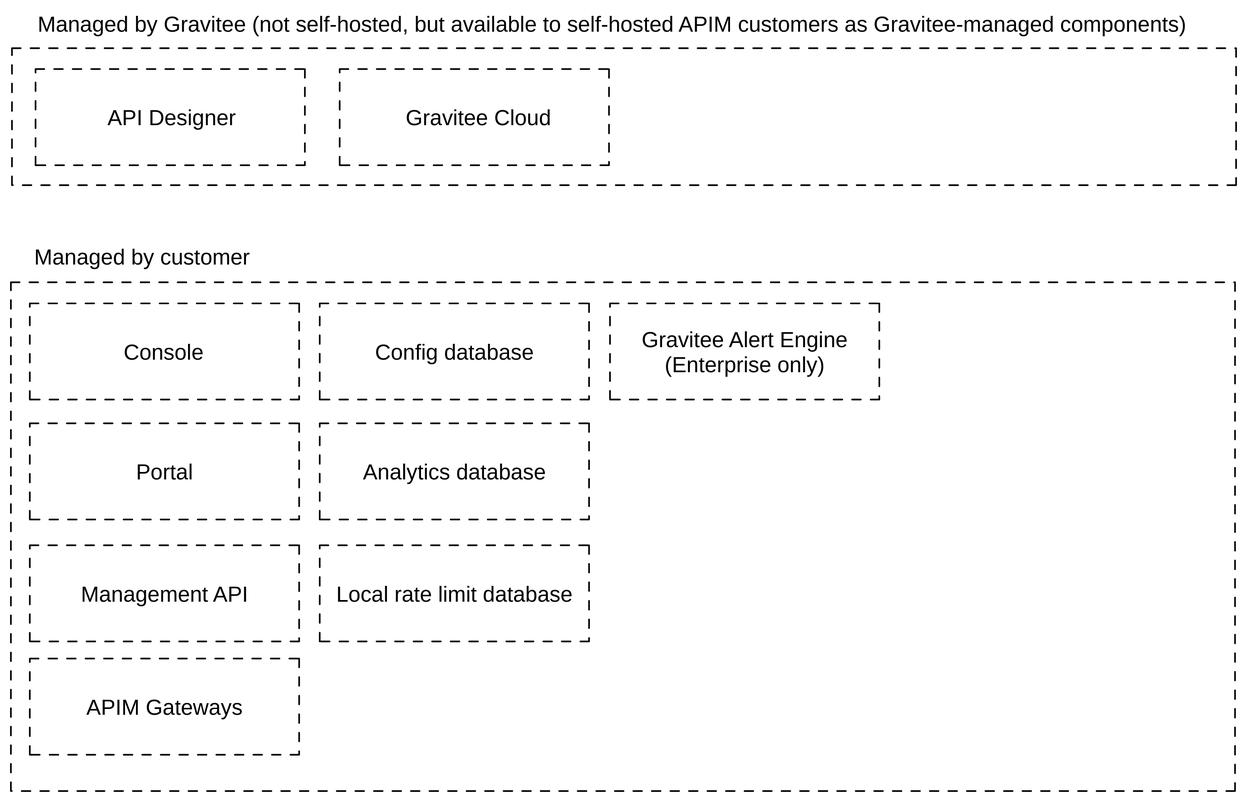
The Excalidraw diagram docs/apim/.gitbook/assets/file.excalidraw.svg in gravitee-io/gravitee-platform-docs, before a commit. Source tidied: one line per element, renumbered; positions are measured from the earlier drawing's top-left corner, leaving out a move shared by most shapes.
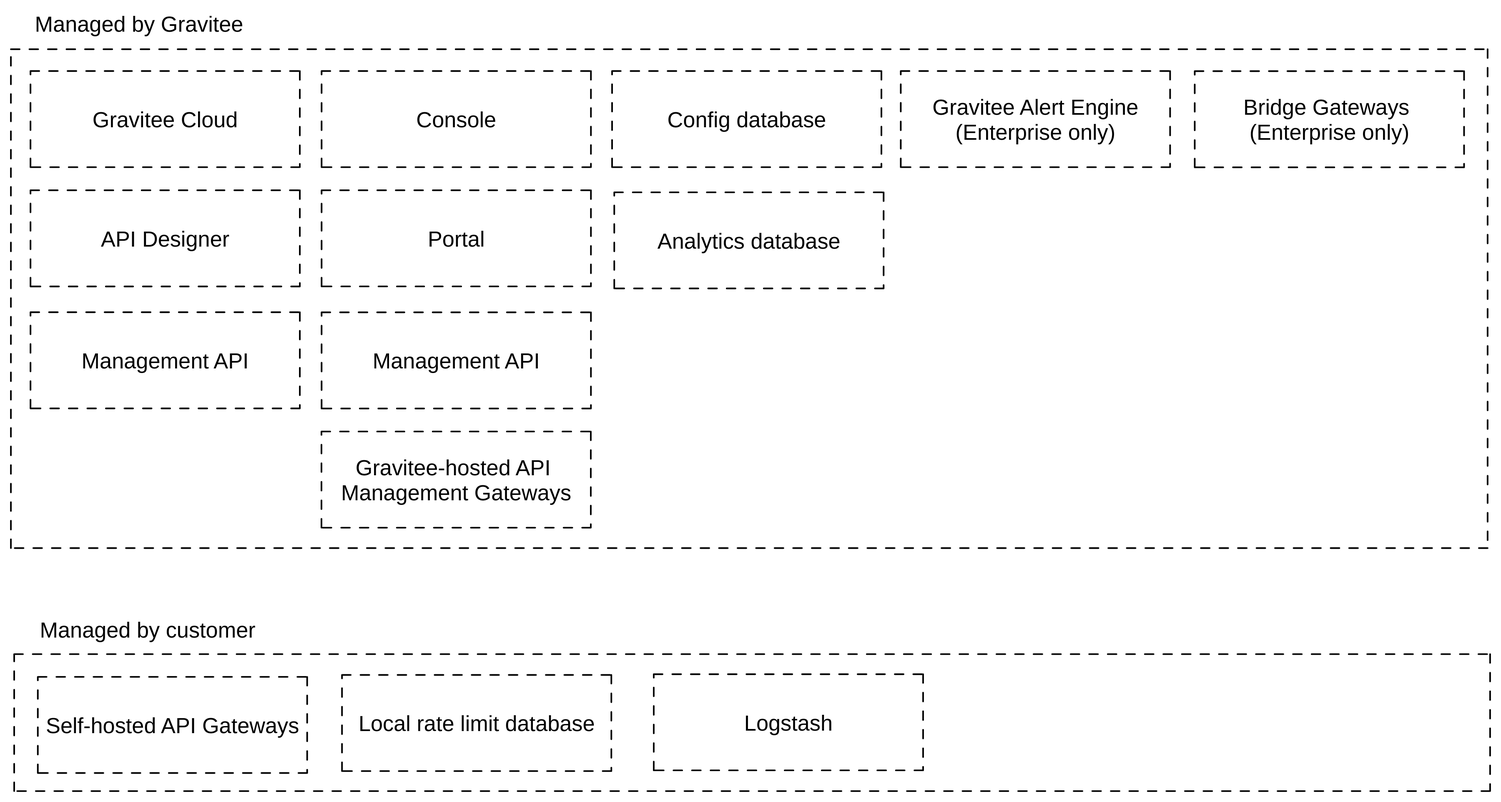
Above is the later version.

The edit, as a diff of the source:
```diff
@@ -1,24 +1,32 @@
-{"id": 0, "type": "rectangle", "strokeColor": "#000000", "strokeWidth": 1, "strokeStyle": "dashed", "roughness": 0, "x": 1, "y": 34, "width": 1123, "height": 126}
-{"id": 1, "type": "rectangle", "strokeColor": "#000000", "strokeWidth": 1, "strokeStyle": "dashed", "roughness": 0, "x": 0, "y": 249, "width": 1123, "height": 466}
-{"id": 2, "type": "text", "text": "Managed by Gravitee (not self-hosted, but available to self-hosted APIM customers as Gravitee-managed components)", "strokeColor": "#000000", "strokeWidth": 1, "strokeStyle": "dashed", "roughness": 1, "fontSize": 20, "fontFamily": 2, "x": 24, "y": 0, "width": 1056, "height": 23}
+{"id": 24, "type": "rectangle", "strokeColor": "#000000", "strokeWidth": 1, "strokeStyle": "dashed", "roughness": 0, "x": 22, "y": 12, "width": 1354, "height": 126}
+{"id": 25, "type": "rectangle", "strokeColor": "#000000", "strokeWidth": 1, "strokeStyle": "dashed", "roughness": 0, "x": 19, "y": -542, "width": 1355, "height": 457}
-{"id": 3, "type": "text", "text": "Managed by customer", "strokeColor": "#000000", "strokeWidth": 1, "strokeStyle": "dashed", "roughness": 1, "fontSize": 20, "fontFamily": 2, "x": 21, "y": 213, "width": 200, "height": 23}
+{"id": 3, "type": "text", "text": "Managed by customer", "strokeColor": "#000000", "strokeWidth": 1, "strokeStyle": "dashed", "roughness": 1, "fontSize": 20, "fontFamily": 2, "x": 46, "y": -22, "width": 200, "height": 23}
-{"id": 4, "type": "rectangle", "strokeColor": "#000000", "strokeWidth": 1, "strokeStyle": "dashed", "roughness": 0, "x": 23, "y": 53, "width": 247, "height": 88}
-{"id": 5, "type": "rectangle", "strokeColor": "#000000", "strokeWidth": 1, "strokeStyle": "dashed", "roughness": 0, "x": 17, "y": 268, "width": 247, "height": 88}
-{"id": 6, "type": "rectangle", "strokeColor": "#000000", "strokeWidth": 1, "strokeStyle": "dashed", "roughness": 0, "x": 283, "y": 268, "width": 247, "height": 88}
-{"id": 7, "type": "rectangle", "strokeColor": "#000000", "strokeWidth": 1, "strokeStyle": "dashed", "roughness": 0, "x": 550, "y": 268, "width": 247, "height": 88}
+{"id": 26, "type": "text", "text": "Managed by Gravitee", "strokeColor": "#000000", "strokeWidth": 1, "strokeStyle": "dashed", "roughness": 1, "fontSize": 20, "fontFamily": 2, "x": 41, "y": -578, "width": 193, "height": 23}
+{"id": 27, "type": "rectangle", "strokeColor": "#000000", "strokeWidth": 1, "strokeStyle": "dashed", "roughness": 0, "x": 44, "y": 33, "width": 247, "height": 88}
+{"id": 28, "type": "text", "text": "Self-hosted API Gateways", "strokeColor": "#000000", "strokeWidth": 1, "roughness": 1, "fontSize": 20, "fontFamily": 2, "textAlign": "center", "verticalAlign": "middle", "inside": 27, "x": 51, "y": 65, "width": 234, "height": 23}
+{"id": 29, "type": "rectangle", "strokeColor": "#000000", "strokeWidth": 1, "strokeStyle": "dashed", "roughness": 0, "x": 37, "y": -522, "width": 247, "height": 88}
+{"id": 23, "type": "text", "text": "Gravitee Cloud", "strokeColor": "#000000", "strokeWidth": 1, "roughness": 1, "fontSize": 20, "fontFamily": 2, "textAlign": "center", "verticalAlign": "middle", "inside": 29, "x": 93, "y": -490, "width": 135, "height": 23}
+{"id": 30, "type": "rectangle", "strokeColor": "#000000", "strokeWidth": 1, "strokeStyle": "dashed", "roughness": 0, "x": 304, "y": -522, "width": 247, "height": 88}
+{"id": 31, "type": "rectangle", "strokeColor": "#000000", "strokeWidth": 1, "strokeStyle": "dashed", "roughness": 0, "x": 571, "y": -522, "width": 247, "height": 88}
+{"id": 32, "type": "rectangle", "strokeColor": "#000000", "strokeWidth": 1, "strokeStyle": "dashed", "roughness": 0, "x": 573, "y": -411, "width": 247, "height": 88}
+{"id": 33, "type": "rectangle", "strokeColor": "#000000", "strokeWidth": 1, "strokeStyle": "dashed", "roughness": 0, "x": 836, "y": -522, "width": 247, "height": 88}
+{"id": 34, "type": "rectangle", "strokeColor": "#000000", "strokeWidth": 1, "strokeStyle": "dashed", "roughness": 0, "x": 1105, "y": -522, "width": 247, "height": 88}
+{"id": 22, "type": "text", "text": "Console", "strokeColor": "#000000", "strokeWidth": 1, "strokeStyle": "dashed", "roughness": 1, "fontSize": 20, "fontFamily": 2, "textAlign": "center", "verticalAlign": "middle", "inside": 30, "x": 390, "y": -490, "width": 75, "height": 23}
-{"id": 8, "type": "text", "text": "Config database", "strokeColor": "#000000", "strokeWidth": 1, "strokeStyle": "dashed", "roughness": 1, "fontSize": 20, "fontFamily": 2, "textAlign": "center", "verticalAlign": "middle", "inside": 6, "x": 333, "y": 301, "width": 148, "height": 23}
+{"id": 8, "type": "text", "text": "Config database", "strokeColor": "#000000", "strokeWidth": 1, "strokeStyle": "dashed", "roughness": 1, "fontSize": 20, "fontFamily": 2, "textAlign": "center", "verticalAlign": "middle", "inside": 31, "x": 620, "y": -490, "width": 148, "height": 23}
+{"id": 11, "type": "text", "text": "Analytics database", "strokeColor": "#000000", "strokeWidth": 1, "strokeStyle": "dashed", "roughness": 1, "fontSize": 20, "fontFamily": 2, "textAlign": "center", "verticalAlign": "middle", "inside": 32, "x": 611, "y": -379, "width": 170, "height": 23}
-{"id": 9, "type": "text", "text": "Gravitee Alert Engine\n(Enterprise only)", "strokeColor": "#000000", "strokeWidth": 1, "strokeStyle": "dashed", "roughness": 1, "fontSize": 20, "fontFamily": 2, "textAlign": "center", "verticalAlign": "middle", "inside": 7, "x": 578, "y": 289, "width": 190, "height": 46}
+{"id": 9, "type": "text", "text": "Gravitee Alert Engine\n(Enterprise only)", "strokeColor": "#000000", "strokeWidth": 1, "strokeStyle": "dashed", "roughness": 1, "fontSize": 20, "fontFamily": 2, "textAlign": "center", "verticalAlign": "middle", "inside": 33, "x": 864, "y": -501, "width": 190, "height": 46}
-{"id": 10, "type": "rectangle", "strokeColor": "#000000", "strokeWidth": 1, "strokeStyle": "dashed", "roughness": 0, "x": 283, "y": 378, "width": 247, "height": 88}
-{"id": 11, "type": "text", "text": "Analytics database", "strokeColor": "#000000", "strokeWidth": 1, "strokeStyle": "dashed", "roughness": 0, "fontSize": 20, "fontFamily": 2, "textAlign": "center", "verticalAlign": "middle", "inside": 10, "x": 322, "y": 410, "width": 170, "height": 23}
-{"id": 12, "type": "rectangle", "strokeColor": "#000000", "strokeWidth": 1, "strokeStyle": "dashed", "roughness": 0, "x": 283, "y": 490, "width": 247, "height": 88}
+{"id": 35, "type": "text", "text": "Bridge Gateways \n(Enterprise only)", "strokeColor": "#000000", "strokeWidth": 1, "strokeStyle": "dashed", "roughness": 1, "fontSize": 20, "fontFamily": 2, "textAlign": "center", "verticalAlign": "middle", "inside": 34, "x": 1149, "y": -501, "width": 159, "height": 46}
+{"id": 36, "type": "rectangle", "strokeColor": "#000000", "strokeWidth": 1, "strokeStyle": "dashed", "roughness": 0, "x": 304, "y": -413, "width": 247, "height": 88}
+{"id": 17, "type": "text", "text": "Portal", "strokeColor": "#000000", "strokeWidth": 1, "strokeStyle": "dashed", "roughness": 0, "fontSize": 20, "fontFamily": 2, "textAlign": "center", "verticalAlign": "middle", "inside": 36, "x": 401, "y": -381, "width": 54, "height": 23}
+{"id": 37, "type": "rectangle", "strokeColor": "#000000", "strokeWidth": 1, "strokeStyle": "dashed", "roughness": 0, "x": 304, "y": -301, "width": 247, "height": 88}
+{"id": 38, "type": "text", "text": "Management API", "strokeColor": "#000000", "strokeWidth": 1, "strokeStyle": "dashed", "roughness": 0, "fontSize": 20, "fontFamily": 2, "textAlign": "center", "verticalAlign": "middle", "inside": 37, "x": 350, "y": -269, "width": 155, "height": 23}
+{"id": 39, "type": "rectangle", "strokeColor": "#000000", "strokeWidth": 1, "strokeStyle": "dashed", "roughness": 0, "x": 37, "y": -413, "width": 247, "height": 88}
+{"id": 40, "type": "rectangle", "strokeColor": "#000000", "strokeWidth": 1, "strokeStyle": "dashed", "roughness": 0, "x": 37, "y": -301, "width": 247, "height": 88}
+{"id": 41, "type": "rectangle", "strokeColor": "#000000", "strokeWidth": 1, "strokeStyle": "dashed", "roughness": 0, "x": 304, "y": -192, "width": 247, "height": 88}
+{"id": 21, "type": "text", "text": "API Designer", "strokeColor": "#000000", "strokeWidth": 1, "strokeStyle": "dashed", "roughness": 1, "fontSize": 20, "fontFamily": 2, "textAlign": "center", "verticalAlign": "middle", "inside": 39, "x": 101, "y": -381, "width": 120, "height": 23}
+{"id": 42, "type": "text", "text": "Management API", "strokeColor": "#000000", "strokeWidth": 1, "strokeStyle": "dashed", "roughness": 1, "fontSize": 20, "fontFamily": 2, "textAlign": "center", "verticalAlign": "middle", "inside": 40, "x": 83, "y": -269, "width": 155, "height": 23}
+{"id": 43, "type": "text", "text": "Gravitee-hosted API \nManagement Gateways", "strokeColor": "#000000", "strokeWidth": 1, "strokeStyle": "dashed", "roughness": 1, "fontSize": 20, "fontFamily": 2, "textAlign": "center", "verticalAlign": "middle", "inside": 41, "x": 321, "y": -171, "width": 213, "height": 46}
+{"id": 44, "type": "rectangle", "strokeColor": "#000000", "strokeWidth": 1, "strokeStyle": "dashed", "roughness": 0, "x": 323, "y": 31, "width": 247, "height": 88}
+{"id": 45, "type": "rectangle", "strokeColor": "#000000", "strokeWidth": 1, "strokeStyle": "dashed", "roughness": 0, "x": 609, "y": 30, "width": 247, "height": 88}
-{"id": 13, "type": "text", "text": "Local rate limit database", "strokeColor": "#000000", "strokeWidth": 1, "strokeStyle": "dashed", "roughness": 0, "fontSize": 20, "fontFamily": 2, "textAlign": "center", "verticalAlign": "middle", "inside": 12, "x": 297, "y": 522, "width": 219, "height": 23}
+{"id": 13, "type": "text", "text": "Local rate limit database", "strokeColor": "#000000", "strokeWidth": 1, "roughness": 1, "fontSize": 20, "fontFamily": 2, "textAlign": "center", "verticalAlign": "middle", "inside": 44, "x": 337, "y": 64, "width": 219, "height": 23}
-{"id": 14, "type": "rectangle", "strokeColor": "#000000", "strokeWidth": 1, "strokeStyle": "dashed", "roughness": 0, "x": 17, "y": 378, "width": 247, "height": 88}
-{"id": 15, "type": "rectangle", "strokeColor": "#000000", "strokeWidth": 1, "strokeStyle": "dashed", "roughness": 0, "x": 17, "y": 490, "width": 247, "height": 88}
-{"id": 16, "type": "rectangle", "strokeColor": "#000000", "strokeWidth": 1, "strokeStyle": "dashed", "roughness": 0, "x": 17, "y": 594, "width": 247, "height": 88}
-{"id": 17, "type": "text", "text": "Portal", "strokeColor": "#000000", "strokeWidth": 1, "strokeStyle": "dashed", "roughness": 1, "fontSize": 20, "fontFamily": 2, "textAlign": "center", "verticalAlign": "middle", "inside": 14, "x": 114, "y": 410, "width": 54, "height": 23}
-{"id": 18, "type": "text", "text": "Management API", "strokeColor": "#000000", "strokeWidth": 1, "strokeStyle": "dashed", "roughness": 1, "fontSize": 20, "fontFamily": 2, "textAlign": "center", "verticalAlign": "middle", "inside": 15, "x": 63, "y": 522, "width": 155, "height": 23}
-{"id": 19, "type": "text", "text": "APIM Gateways", "strokeColor": "#000000", "strokeWidth": 1, "strokeStyle": "dashed", "roughness": 1, "fontSize": 20, "fontFamily": 2, "textAlign": "center", "verticalAlign": "middle", "inside": 16, "x": 68, "y": 626, "width": 145, "height": 23}
-{"id": 20, "type": "rectangle", "strokeColor": "#000000", "strokeWidth": 1, "strokeStyle": "dashed", "roughness": 0, "x": 302, "y": 53, "width": 247, "height": 88}
-{"id": 21, "type": "text", "text": "API Designer", "strokeColor": "#000000", "strokeWidth": 1, "strokeStyle": "dashed", "roughness": 0, "fontSize": 20, "fontFamily": 2, "x": 89, "y": 86, "width": 120, "height": 23}
-{"id": 22, "type": "text", "text": "Console", "strokeColor": "#000000", "strokeWidth": 1, "strokeStyle": "dashed", "roughness": 0, "fontSize": 20, "fontFamily": 2, "x": 103, "y": 301, "width": 75, "height": 23}
-{"id": 23, "type": "text", "text": "Gravitee Cloud", "strokeColor": "#000000", "strokeWidth": 1, "strokeStyle": "dashed", "roughness": 0, "fontSize": 20, "fontFamily": 2, "x": 362, "y": 86, "width": 135, "height": 23}
+{"id": 46, "type": "text", "text": "Logstash", "strokeColor": "#000000", "strokeWidth": 1, "roughness": 1, "fontSize": 20, "fontFamily": 2, "textAlign": "center", "verticalAlign": "middle", "inside": 45, "x": 691, "y": 63, "width": 83, "height": 23}
```
